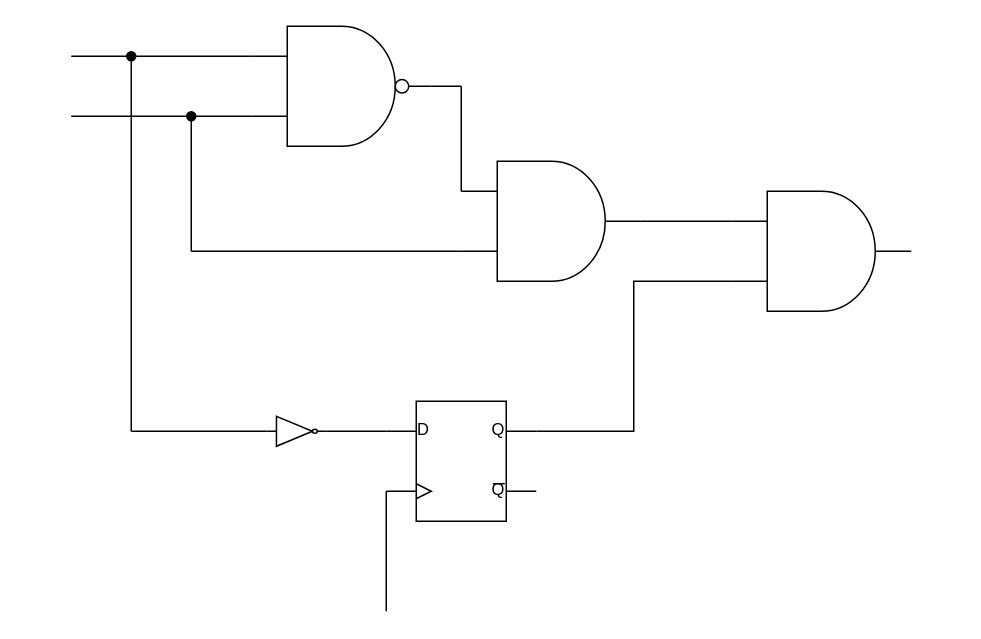
The draw.io diagram DSD_2.3.drawio in hey-emac/CSE5720-Databases, before the edit. Source tidied: cells renumbered, new cells numbered last; positions are measured from the earlier drawing's top-left corner, leaving out a move shared by most shapes. Both pictures are drawn from the tidied source at 150%, with x=0, y=0 at pixel (70, 26).
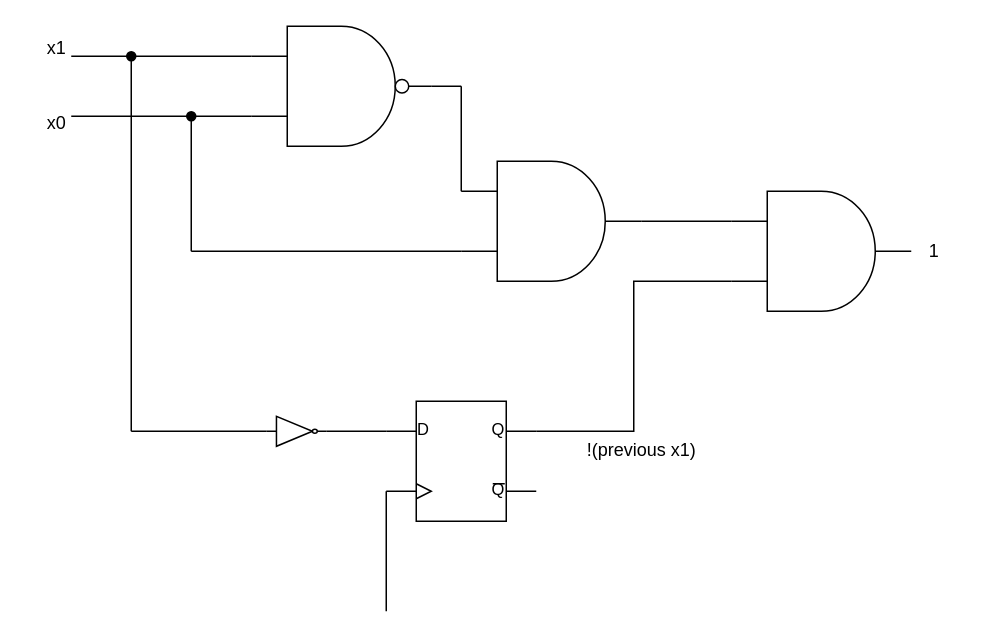
The same diagram, later.

The edit, as a diff of the source:
```diff
@@
+    <mxCell id="19" value="x1" style="text;html=1;align=center;verticalAlign=middle;strokeColor=none;fillColor=none;" parent="1" vertex="1">
+      <mxGeometry x="-30" width="40" height="30" as="geometry" />
+    </mxCell>
+    <mxCell id="20" value="x0" style="text;html=1;align=center;verticalAlign=middle;strokeColor=none;fillColor=none;" parent="1" vertex="1">
+      <mxGeometry x="-30" y="50" width="40" height="30" as="geometry" />
+    </mxCell>
+    <mxCell id="21" value="!(previous x1)" style="text;html=1;align=center;verticalAlign=middle;strokeColor=none;fillColor=none;" parent="1" vertex="1">
+      <mxGeometry x="330" y="268" width="100" height="30" as="geometry" />
+    </mxCell>
+    <mxCell id="22" value="1" style="text;html=1;align=center;verticalAlign=middle;strokeColor=none;fillColor=none;" parent="1" vertex="1">
+      <mxGeometry x="560" y="135" width="30" height="30" as="geometry" />
+    </mxCell>
```
